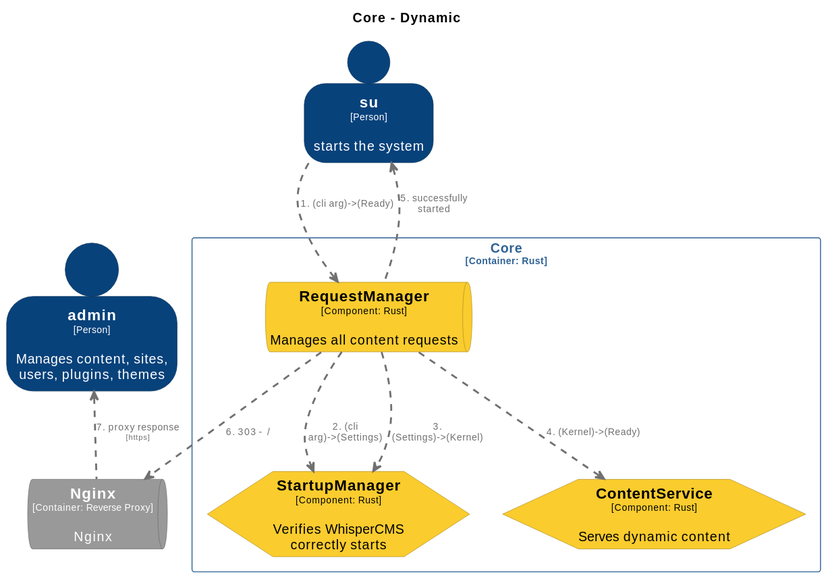
CoderByBlood/whisper-cms keeps this PlantUML diagram as docs/diagrams/structurizr-WhisperCMS-Installation-Sequence.svg. Above is the earlier version.
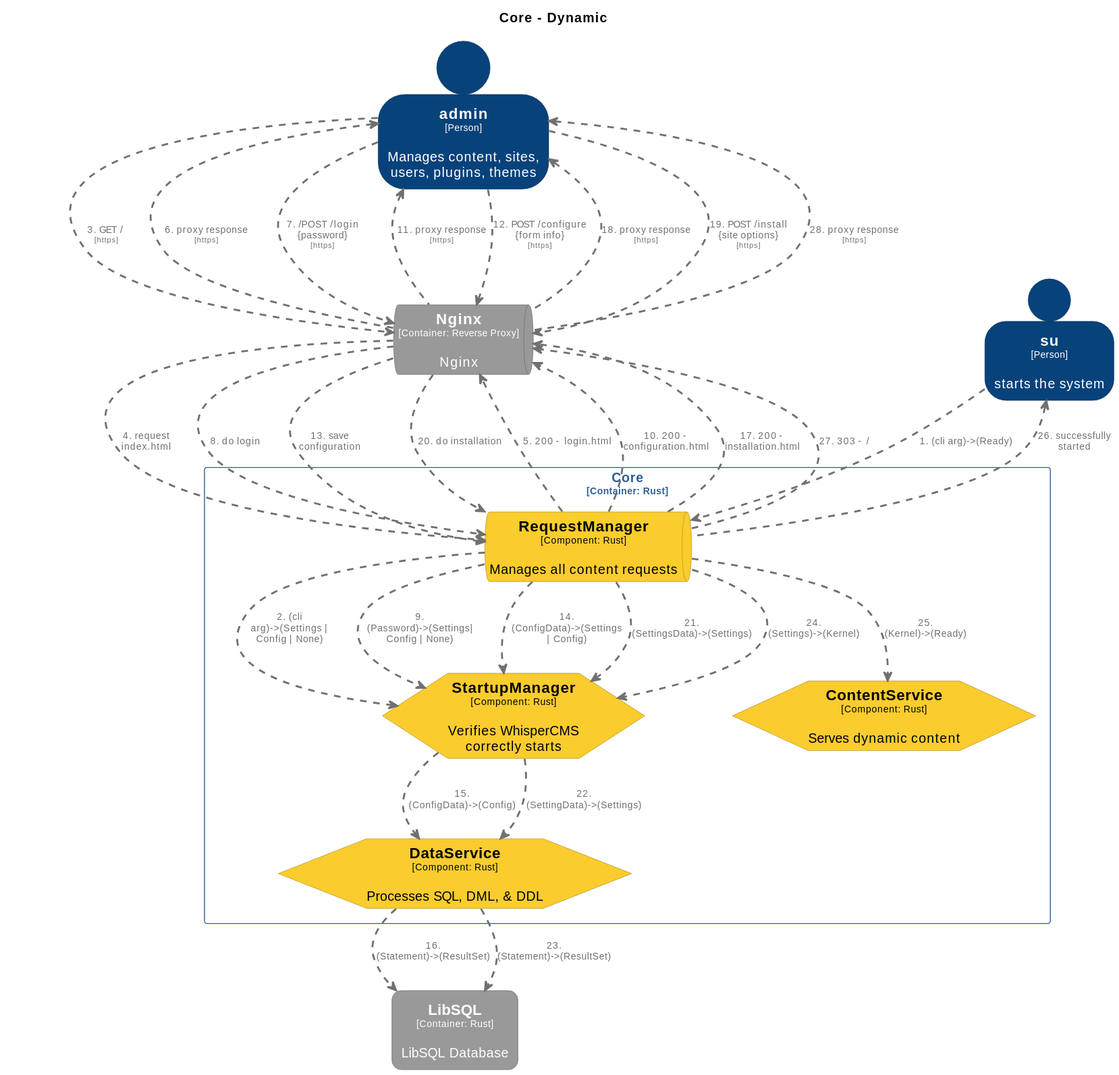
Later version of the same file.

What changed in the source:
```diff
@@ -17,6 +17,19 @@
   BackgroundColor #facc2e
   FontColor #000000
   BorderColor #af8e20
+  shadowing false
+}
+skinparam hexagon<<WhisperCMS.Core.DataService>> {
+  BackgroundColor #facc2e
+  FontColor #000000
+  BorderColor #af8e20
+  shadowing false
+}
+skinparam rectangle<<WhisperCMS.LibSQL>> {
+  BackgroundColor #999999
+  FontColor #ffffff
+  BorderColor #6b6b6b
+  roundCorner 20
   shadowing false
 }
 skinparam queue<<WhisperCMS.Nginx>> {
@@ -59,17 +72,40 @@
   hexagon "==StartupManager\n<size:10>[Component: Rust]</size>\n\nVerifies WhisperCMS correctly starts" <<WhisperCMS.Core.StartupManager>> as WhisperCMS.Core.StartupManager
   queue "==RequestManager\n<size:10>[Component: Rust]</size>\n\nManages all content requests" <<WhisperCMS.Core.RequestManager>> as WhisperCMS.Core.RequestManager
   hexagon "==ContentService\n<size:10>[Component: Rust]</size>\n\nServes dynamic content" <<WhisperCMS.Core.ContentService>> as WhisperCMS.Core.ContentService
+  hexagon "==DataService\n<size:10>[Component: Rust]</size>\n\nProcesses SQL, DML, & DDL" <<WhisperCMS.Core.DataService>> as WhisperCMS.Core.DataService
 }
 
 person "==admin\n<size:10>[Person]</size>\n\nManages content, sites, users, plugins, themes" <<admin>> as admin
 person "==su\n<size:10>[Person]</size>\n\nstarts the system" <<su>> as su
 queue "==Nginx\n<size:10>[Container: Reverse Proxy]</size>\n\nNginx" <<WhisperCMS.Nginx>> as WhisperCMS.Nginx
+rectangle "==LibSQL\n<size:10>[Container: Rust]</size>\n\nLibSQL Database" <<WhisperCMS.LibSQL>> as WhisperCMS.LibSQL
 
 su .[#707070,thickness=2].> WhisperCMS.Core.RequestManager : "<color:#707070>1. (cli arg)->(Ready)"
-WhisperCMS.Core.RequestManager .[#707070,thickness=2].> WhisperCMS.Core.StartupManager : "<color:#707070>2. (cli arg)->(Settings)"
-WhisperCMS.Core.RequestManager .[#707070,thickness=2].> WhisperCMS.Core.StartupManager : "<color:#707070>3. (Settings)->(Kernel)"
-WhisperCMS.Core.RequestManager .[#707070,thickness=2].> WhisperCMS.Core.ContentService : "<color:#707070>4. (Kernel)->(Ready)"
-su <.[#707070,thickness=2]. WhisperCMS.Core.RequestManager : "<color:#707070>5. successfully started"
-WhisperCMS.Core.RequestManager .[#707070,thickness=2].> WhisperCMS.Nginx : "<color:#707070>6. 303 - /"
-admin <.[#707070,thickness=2]. WhisperCMS.Nginx : "<color:#707070>7. proxy response\n<color:#707070><size:8>[https]</size>"
+WhisperCMS.Core.RequestManager .[#707070,thickness=2].> WhisperCMS.Core.StartupManager : "<color:#707070>2. (cli arg)->(Settings | Config | None)"
+admin .[#707070,thickness=2].> WhisperCMS.Nginx : "<color:#707070>3. GET /\n<color:#707070><size:8>[https]</size>"
+WhisperCMS.Nginx .[#707070,thickness=2].> WhisperCMS.Core.RequestManager : "<color:#707070>4. request index.html"
+WhisperCMS.Core.RequestManager .[#707070,thickness=2].> WhisperCMS.Nginx : "<color:#707070>5. 200 - login.html"
+admin <.[#707070,thickness=2]. WhisperCMS.Nginx : "<color:#707070>6. proxy response\n<color:#707070><size:8>[https]</size>"
+admin .[#707070,thickness=2].> WhisperCMS.Nginx : "<color:#707070>7. /POST /login {password}\n<color:#707070><size:8>[https]</size>"
+WhisperCMS.Nginx .[#707070,thickness=2].> WhisperCMS.Core.RequestManager : "<color:#707070>8. do login"
+WhisperCMS.Core.RequestManager .[#707070,thickness=2].> WhisperCMS.Core.StartupManager : "<color:#707070>9. (Password)->(Settings| Config | None)"
+WhisperCMS.Core.RequestManager .[#707070,thickness=2].> WhisperCMS.Nginx : "<color:#707070>10. 200 - configuration.html"
+admin <.[#707070,thickness=2]. WhisperCMS.Nginx : "<color:#707070>11. proxy response\n<color:#707070><size:8>[https]</size>"
+admin .[#707070,thickness=2].> WhisperCMS.Nginx : "<color:#707070>12. POST /configure {form info}\n<color:#707070><size:8>[https]</size>"
+WhisperCMS.Nginx .[#707070,thickness=2].> WhisperCMS.Core.RequestManager : "<color:#707070>13. save configuration"
+WhisperCMS.Core.RequestManager .[#707070,thickness=2].> WhisperCMS.Core.StartupManager : "<color:#707070>14. (ConfigData)->(Settings | Config)"
+WhisperCMS.Core.StartupManager .[#707070,thickness=2].> WhisperCMS.Core.DataService : "<color:#707070>15. (ConfigData)->(Config)"
+WhisperCMS.Core.DataService .[#707070,thickness=2].> WhisperCMS.LibSQL : "<color:#707070>16. (Statement)->(ResultSet)"
+WhisperCMS.Core.RequestManager .[#707070,thickness=2].> WhisperCMS.Nginx : "<color:#707070>17. 200 - installation.html"
+admin <.[#707070,thickness=2]. WhisperCMS.Nginx : "<color:#707070>18. proxy response\n<color:#707070><size:8>[https]</size>"
+admin .[#707070,thickness=2].> WhisperCMS.Nginx : "<color:#707070>19. POST /install {site options}\n<color:#707070><size:8>[https]</size>"
+WhisperCMS.Nginx .[#707070,thickness=2].> WhisperCMS.Core.RequestManager : "<color:#707070>20. do installation"
+WhisperCMS.Core.RequestManager .[#707070,thickness=2].> WhisperCMS.Core.StartupManager : "<color:#707070>21. (SettingsData)->(Settings)"
+WhisperCMS.Core.StartupManager .[#707070,thickness=2].> WhisperCMS.Core.DataService : "<color:#707070>22. (SettingData)->(Settings)"
+WhisperCMS.Core.DataService .[#707070,thickness=2].> WhisperCMS.LibSQL : "<color:#707070>23. (Statement)->(ResultSet)"
+WhisperCMS.Core.RequestManager .[#707070,thickness=2].> WhisperCMS.Core.StartupManager : "<color:#707070>24. (Settings)->(Kernel)"
+WhisperCMS.Core.RequestManager .[#707070,thickness=2].> WhisperCMS.Core.ContentService : "<color:#707070>25. (Kernel)->(Ready)"
+su <.[#707070,thickness=2]. WhisperCMS.Core.RequestManager : "<color:#707070>26. successfully started"
+WhisperCMS.Core.RequestManager .[#707070,thickness=2].> WhisperCMS.Nginx : "<color:#707070>27. 303 - /"
+admin <.[#707070,thickness=2]. WhisperCMS.Nginx : "<color:#707070>28. proxy response\n<color:#707070><size:8>[https]</size>"
 @enduml
```
